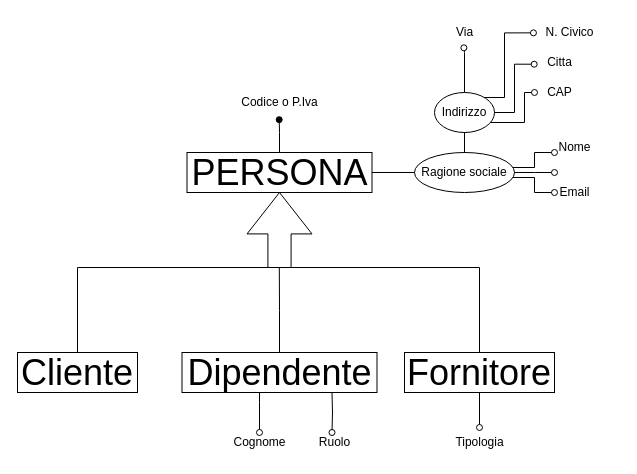
mikecostanzi/ProgettoBasiDati keeps this draw.io diagram as 2)Progettazione concettuale/SCHELETRI .DRAWIO/SCELETRO DI PERSONA.drawio. Above is the earlier version. Source tidied: cells renumbered, new cells numbered last; positions are measured from the earlier drawing's top-left corner, leaving out a move shared by most shapes. Both pictures are drawn from the tidied source at 100%, with x=0, y=0 at pixel (17, 17).
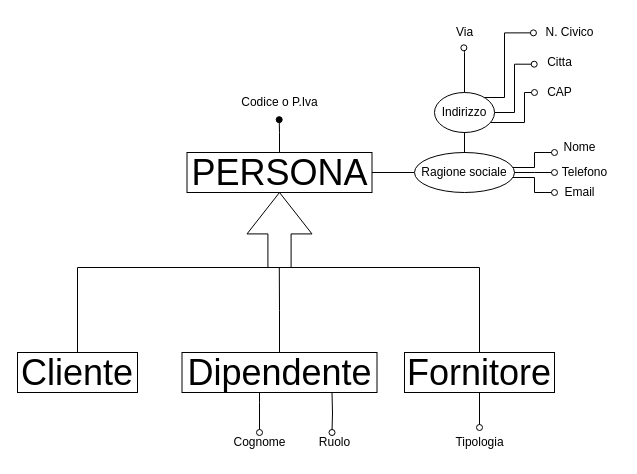
Above is the later version.

Diff of the diagram source:
```diff
@@
     <mxCell id="29" value="Nome" style="text;html=1;align=center;verticalAlign=middle;strokeColor=none;fillColor=none;" parent="1" vertex="1">
-      <mxGeometry x="527" y="115" width="60" height="30" as="geometry" />
+      <mxGeometry x="532" y="115" width="60" height="30" as="geometry" />
     </mxCell>
     <mxCell id="30" value="Email" style="text;html=1;align=center;verticalAlign=middle;strokeColor=none;fillColor=none;" parent="1" vertex="1">
-      <mxGeometry x="532" y="160" width="50" height="30" as="geometry" />
+      <mxGeometry x="537" y="160" width="50" height="30" as="geometry" />
     </mxCell>
@@
+    <mxCell id="34" value="Telefono" style="text;html=1;align=center;verticalAlign=middle;strokeColor=none;fillColor=none;" parent="1" vertex="1">
+      <mxGeometry x="532" y="140" width="70" height="30" as="geometry" />
+    </mxCell>
```
